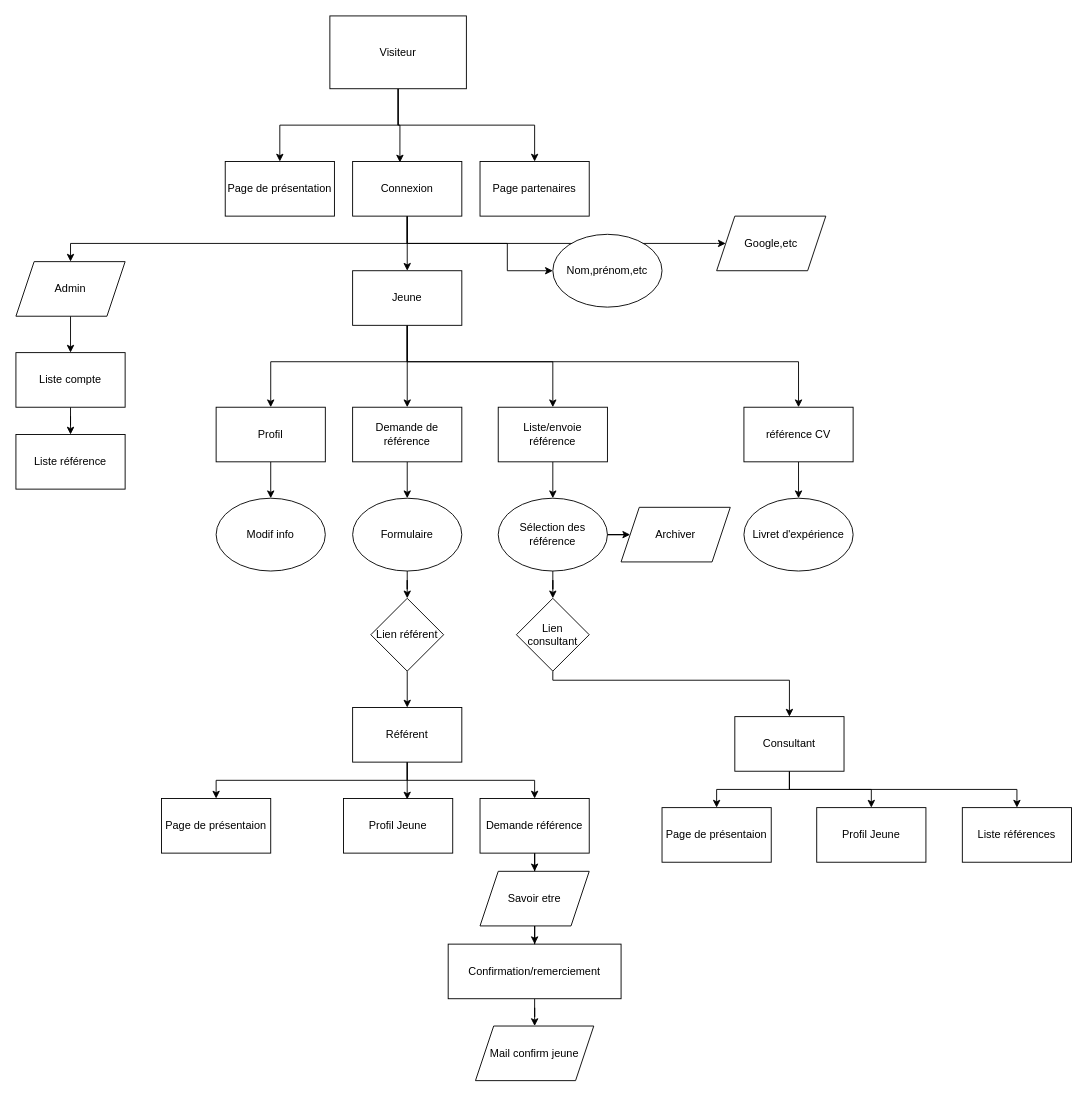
The draw.io diagram Diagramme_Info_projet.drawio in Coco-pseudo/projetInfo_siteWeb, before the edit. Source tidied: cells renumbered, new cells numbered last; positions are measured from the earlier drawing's top-left corner, leaving out a move shared by most shapes. Both pictures are drawn from the tidied source at 91%, with x=0, y=0 at pixel (15, 15).
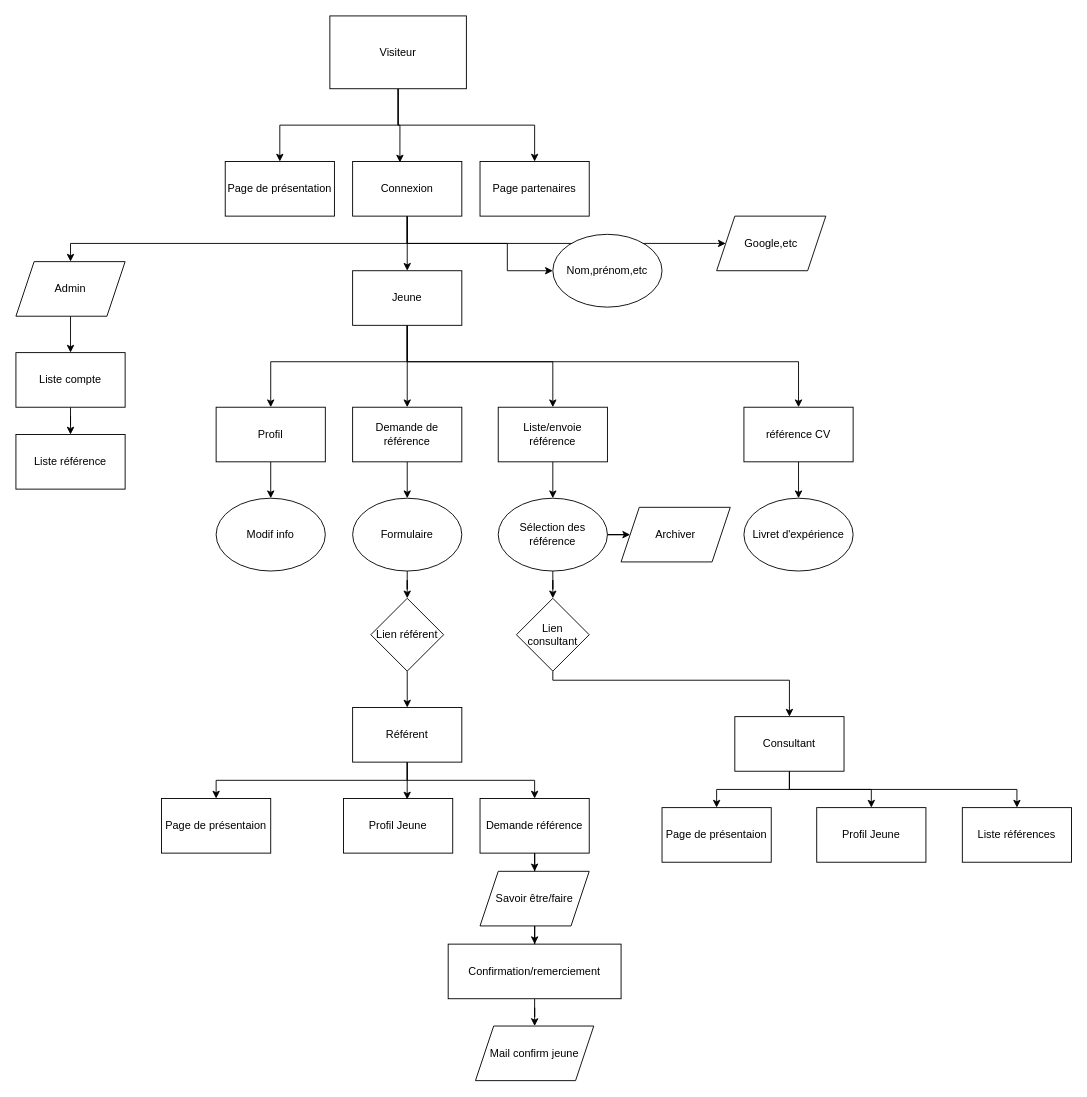
Above is the later version.

Commit message:
mise a jour Diagramme_Info_projet.drawio

Diff of the diagram source:
```diff
@@
-    <mxCell id="62" value="Savoir etre" style="shape=parallelogram;perimeter=parallelogramPerimeter;whiteSpace=wrap;html=1;fixedSize=1;" parent="1" vertex="1">
+    <mxCell id="62" value="Savoir être/faire" style="shape=parallelogram;perimeter=parallelogramPerimeter;whiteSpace=wrap;html=1;fixedSize=1;" parent="1" vertex="1">
       <mxGeometry x="510" y="940" width="120" height="60" as="geometry" />
     </mxCell>
```
